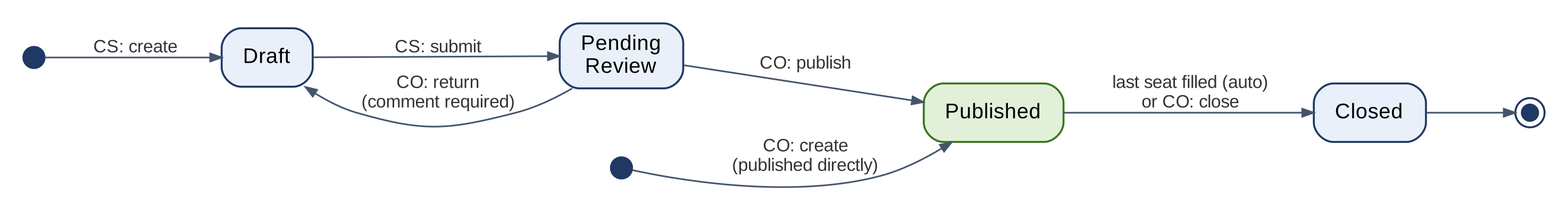
Before: docs/InternSync_Diagrams/png/04c_vacancy_states.png, a diagram exported from Graphviz (Salam-ALsaour/InternSync). Its source is kept beside it as docs/InternSync_Diagrams/source/04c_vacancy_states.dot. Its diagram source:
```dot
digraph V {
  graph [rankdir=LR, fontname="Liberation Sans", nodesep=0.55, ranksep=0.75, bgcolor="white", pad=0.2];
  node  [fontname="Liberation Sans", fontsize=13, shape=box, style="rounded,filled", fillcolor="#EAF0FA", color="#1F3864", penwidth=1.2, margin="0.18,0.08"];
  edge  [fontname="Liberation Sans", fontsize=11, color="#44546A", fontcolor="#333333", arrowsize=0.7];
  start [shape=circle, label="", width=0.18, style=filled, fillcolor="#1F3864"];
  start2 [shape=circle, label="", width=0.18, style=filled, fillcolor="#1F3864"];
  endC  [shape=doublecircle, label="", width=0.14, style=filled, fillcolor="#1F3864"];
  D  [label="Draft"];
  PR [label="Pending\nReview"];
  P  [label="Published", fillcolor="#E2F0D9", color="#38761D"];
  C  [label="Closed"];
  start -> D [label=" CS: create"];
  D -> PR [label=" CS: submit"];
  PR -> D [label=" CO: return\n (comment required)"];
  PR -> P [label=" CO: publish"];
  start2 -> P [label=" CO: create\n (published directly)"];
  P -> C [label=" last seat filled (auto)\n or CO: close"];
  C -> endC;
  { rank=same; start2; PR; }
}
```
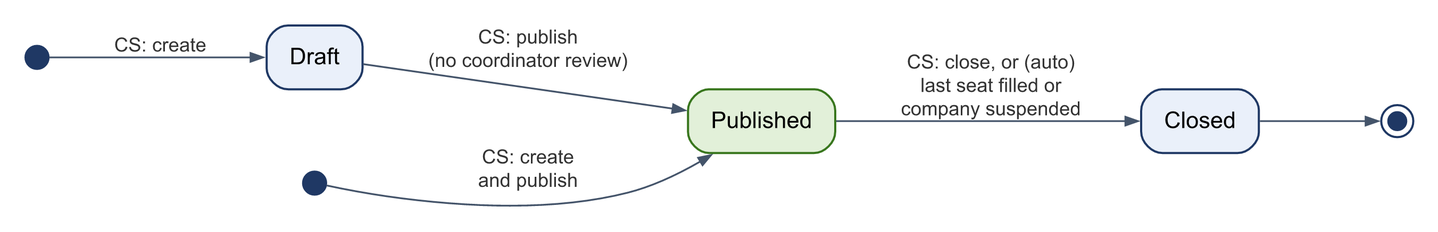
The same file after the commit.

Change to the diagram source:
```diff
@@ -1,20 +1,17 @@
 digraph V {
-  graph [rankdir=LR, fontname="Liberation Sans", nodesep=0.55, ranksep=0.75, bgcolor="white", pad=0.2];
+  graph [rankdir=LR, fontname="Liberation Sans", nodesep=0.55, ranksep=0.95, bgcolor="white", pad=0.2];
   node  [fontname="Liberation Sans", fontsize=13, shape=box, style="rounded,filled", fillcolor="#EAF0FA", color="#1F3864", penwidth=1.2, margin="0.18,0.08"];
   edge  [fontname="Liberation Sans", fontsize=11, color="#44546A", fontcolor="#333333", arrowsize=0.7];
   start [shape=circle, label="", width=0.18, style=filled, fillcolor="#1F3864"];
   start2 [shape=circle, label="", width=0.18, style=filled, fillcolor="#1F3864"];
   endC  [shape=doublecircle, label="", width=0.14, style=filled, fillcolor="#1F3864"];
   D  [label="Draft"];
-  PR [label="Pending\nReview"];
   P  [label="Published", fillcolor="#E2F0D9", color="#38761D"];
   C  [label="Closed"];
   start -> D [label=" CS: create"];
-  D -> PR [label=" CS: submit"];
-  PR -> D [label=" CO: return\n (comment required)"];
-  PR -> P [label=" CO: publish"];
-  start2 -> P [label=" CO: create\n (published directly)"];
-  P -> C [label=" last seat filled (auto)\n or CO: close"];
+  D -> P [label=" CS: publish\n (no coordinator review)"];
+  start2 -> P [label=" CS: create\n and publish"];
+  P -> C [label=" CS: close, or (auto)\n last seat filled or\n company suspended"];
   C -> endC;
-  { rank=same; start2; PR; }
+  { rank=same; start2; D; }
 }
```
